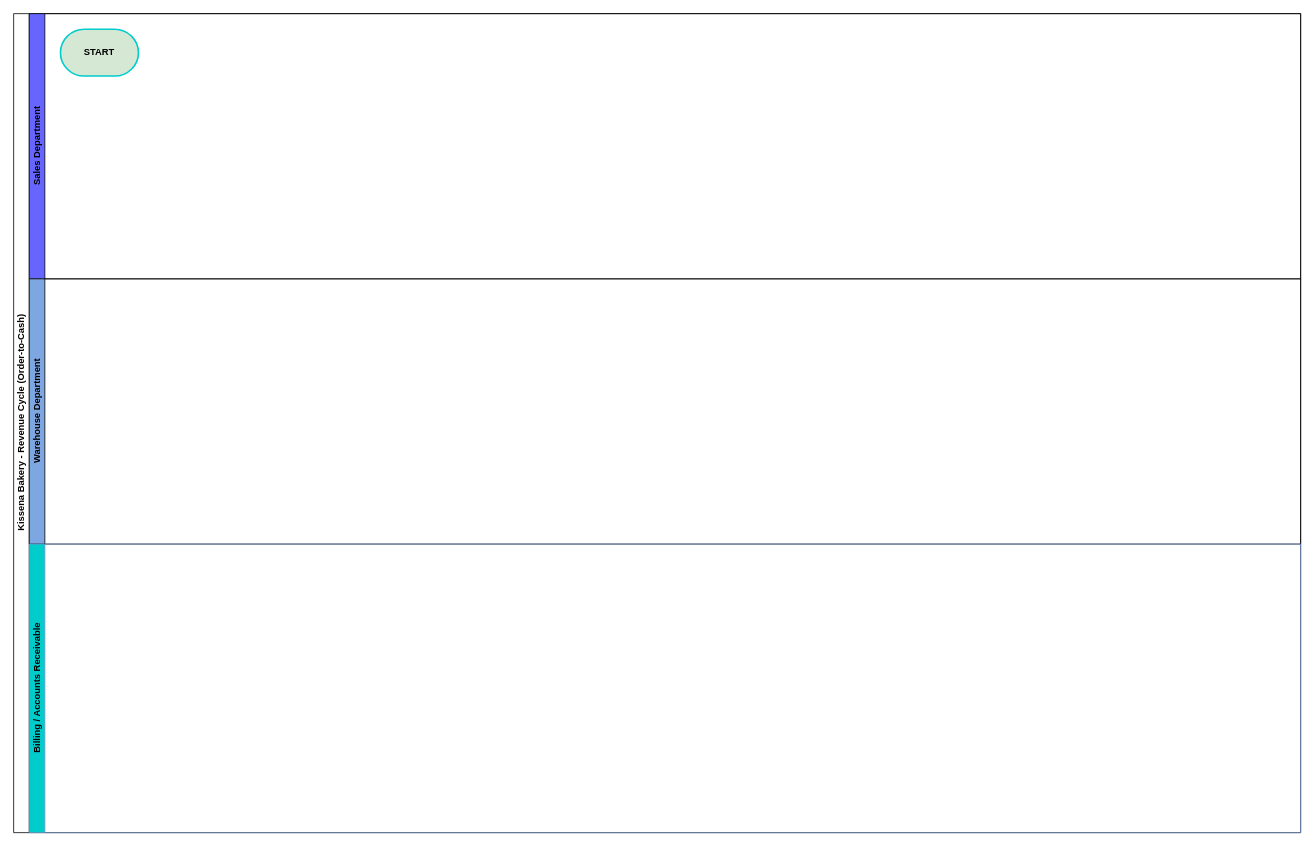
Earlier version of the draw.io diagram Revenue_Cycle_Controls.drawio (diemo1989-dot/drawio). Source tidied: cells renumbered, new cells numbered last; positions are measured from the earlier drawing's top-left corner, leaving out a move shared by most shapes. Both pictures are drawn from the tidied source at 78%, with x=0, y=0 at pixel (13, 13).
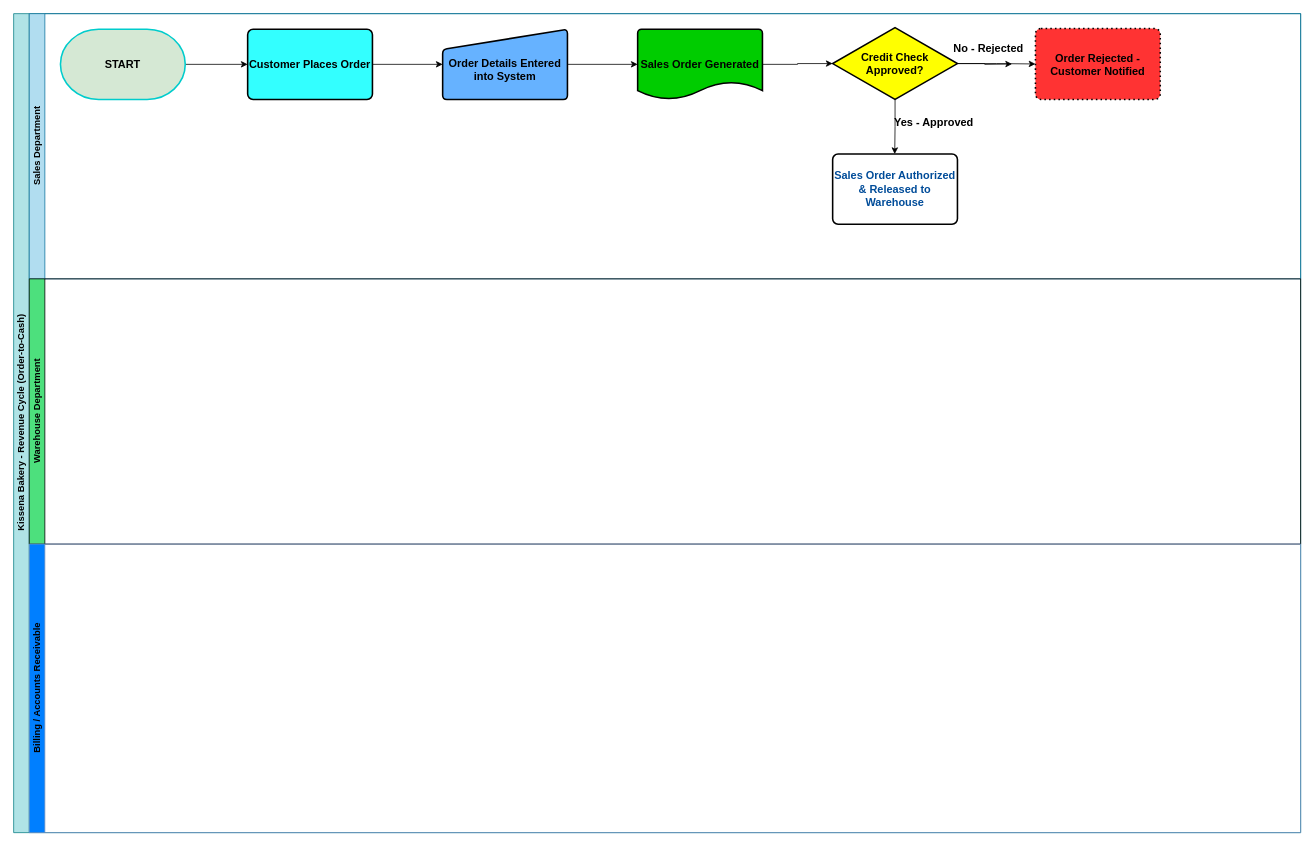
Above is the later version.

What changed in the source:
```diff
@@
-    <mxCell id="2" value="Kissena Bakery - Revenue Cycle (Order-to-Cash)" style="swimlane;horizontal=0;startSize=20;html=1;" parent="1" vertex="1">
+    <mxCell id="2" value="Kissena Bakery - Revenue Cycle (Order-to-Cash)" style="swimlane;horizontal=0;startSize=20;html=1;fillColor=#b0e3e6;strokeColor=#0e8088;" parent="1" vertex="1">
       <mxGeometry width="1650" height="1050" as="geometry" />
     </mxCell>
-    <mxCell id="3" value="Sales Department" style="swimlane;startSize=20;horizontal=0;html=1;fillColor=#6666FF;" parent="2" vertex="1">
+    <mxCell id="3" value="Sales Department" style="swimlane;startSize=20;horizontal=0;html=1;fillColor=#b1ddf0;strokeColor=#10739e;" parent="2" vertex="1">
       <mxGeometry x="20" width="1630" height="340" as="geometry" />
     </mxCell>
+    <mxCell id="7" style="edgeStyle=orthogonalEdgeStyle;rounded=0;jettySize=auto;html=1;exitX=1;exitY=0.5;exitDx=0;exitDy=0;exitPerimeter=0;entryX=0;entryY=0.5;entryDx=0;entryDy=0;" parent="3" edge="1" source="4" target="9">
+      <mxGeometry relative="1" as="geometry" />
+    </mxCell>
-    <mxCell id="4" value="&lt;b&gt;START&lt;/b&gt;" style="strokeWidth=2;html=1;shape=mxgraph.flowchart.terminator;whiteSpace=wrap;fillColor=#D5E8D4;strokeColor=#00CCCC;" parent="3" vertex="1">
-      <mxGeometry x="40" y="20" width="100" height="60" as="geometry" />
+    <mxCell id="4" value="&lt;b&gt;&lt;font style=&quot;font-size: 14px;&quot;&gt;START&lt;/font&gt;&lt;/b&gt;" style="strokeWidth=2;html=1;shape=mxgraph.flowchart.terminator;whiteSpace=wrap;fillColor=#D5E8D4;strokeColor=#00CCCC;" parent="3" vertex="1">
+      <mxGeometry x="40" y="20" width="160" height="90" as="geometry" />
     </mxCell>
+    <mxCell id="8" style="edgeStyle=orthogonalEdgeStyle;rounded=0;jettySize=auto;html=1;exitX=1;exitY=0.5;exitDx=0;exitDy=0;entryX=0;entryY=0.5;entryDx=0;entryDy=0;" parent="3" edge="1" source="9" target="10">
+      <mxGeometry relative="1" as="geometry" />
+    </mxCell>
+    <mxCell id="9" value="&lt;b&gt;&lt;font style=&quot;font-size: 14px;&quot;&gt;Customer Places Order&lt;/font&gt;&lt;/b&gt;" style="rounded=1;whiteSpace=wrap;html=1;absoluteArcSize=1;arcSize=14;strokeWidth=2;fillColor=#33FFFF;" parent="3" vertex="1">
+      <mxGeometry x="280" y="20" width="160" height="90" as="geometry" />
+    </mxCell>
+    <mxCell id="10" value="&lt;br&gt;&lt;b&gt;&lt;font style=&quot;font-size: 14px;&quot;&gt;Order Details Entered into System&lt;/font&gt;&lt;/b&gt;" style="html=1;strokeWidth=2;shape=manualInput;whiteSpace=wrap;rounded=1;size=26;arcSize=11;fillColor=#66B2FF;" parent="3" vertex="1">
+      <mxGeometry x="530" y="20" width="160" height="90" as="geometry" />
+    </mxCell>
+    <mxCell id="11" value="&lt;b&gt;&lt;font style=&quot;font-size: 14px;&quot;&gt;Sales Order Generated&lt;/font&gt;&lt;/b&gt;" style="strokeWidth=2;html=1;shape=mxgraph.flowchart.document2;whiteSpace=wrap;size=0.25;fillColor=#00CC00;" parent="3" vertex="1">
+      <mxGeometry x="780" y="20" width="160" height="90" as="geometry" />
+    </mxCell>
+    <mxCell id="12" style="edgeStyle=orthogonalEdgeStyle;rounded=0;jettySize=auto;html=1;exitX=1;exitY=0.5;exitDx=0;exitDy=0;entryX=0;entryY=0.5;entryDx=0;entryDy=0;entryPerimeter=0;" parent="3" edge="1" source="10" target="11">
+      <mxGeometry relative="1" as="geometry" />
+    </mxCell>
+    <mxCell id="13" style="edgeStyle=orthogonalEdgeStyle;rounded=0;jettySize=auto;html=1;exitX=0.5;exitY=1;exitDx=0;exitDy=0;exitPerimeter=0;" parent="3" edge="1" source="16">
+      <mxGeometry relative="1" as="geometry">
+        <mxPoint x="1109.6" y="180" as="targetPoint" />
+      </mxGeometry>
+    </mxCell>
+    <mxCell id="14" style="edgeStyle=orthogonalEdgeStyle;rounded=0;jettySize=auto;html=1;exitX=1;exitY=0.5;exitDx=0;exitDy=0;exitPerimeter=0;" parent="3" edge="1" source="16">
+      <mxGeometry relative="1" as="geometry">
+        <mxPoint x="1260" y="64.5" as="targetPoint" />
+      </mxGeometry>
+    </mxCell>
+    <mxCell id="15" style="edgeStyle=orthogonalEdgeStyle;rounded=0;jettySize=auto;html=1;exitX=1;exitY=0.5;exitDx=0;exitDy=0;exitPerimeter=0;entryX=0;entryY=0.5;entryDx=0;entryDy=0;" parent="3" edge="1" source="16" target="20">
+      <mxGeometry relative="1" as="geometry" />
+    </mxCell>
+    <mxCell id="16" value="&lt;font style=&quot;font-size: 14px;&quot;&gt;&lt;b&gt;Credit Check Approved?&lt;/b&gt;&lt;/font&gt;" style="strokeWidth=2;html=1;shape=mxgraph.flowchart.decision;whiteSpace=wrap;fillColor=#FFFF00;" parent="3" vertex="1">
+      <mxGeometry x="1030" y="18" width="160" height="92" as="geometry" />
+    </mxCell>
+    <mxCell id="17" style="edgeStyle=orthogonalEdgeStyle;rounded=0;jettySize=auto;html=1;exitX=1;exitY=0.5;exitDx=0;exitDy=0;exitPerimeter=0;entryX=0;entryY=0.5;entryDx=0;entryDy=0;entryPerimeter=0;" parent="3" edge="1" source="11" target="16">
+      <mxGeometry relative="1" as="geometry" />
+    </mxCell>
+    <mxCell id="18" value="&lt;font style=&quot;font-size: 14px;&quot;&gt;&lt;b&gt;Yes - Approved&lt;/b&gt;&lt;/font&gt;" style="text;html=1;whiteSpace=wrap;strokeColor=none;fillColor=none;align=center;verticalAlign=middle;rounded=0;" parent="3" vertex="1">
+      <mxGeometry x="1100" y="130" width="120" height="20" as="geometry" />
+    </mxCell>
+    <mxCell id="19" value="&lt;font style=&quot;font-size: 14px;&quot;&gt;&lt;b&gt;No - Rejected&lt;/b&gt;&lt;/font&gt;" style="text;html=1;whiteSpace=wrap;strokeColor=none;fillColor=none;align=center;verticalAlign=middle;rounded=0;" parent="3" vertex="1">
+      <mxGeometry x="1180" y="30" width="100" height="30" as="geometry" />
+    </mxCell>
+    <mxCell id="20" value="&lt;font style=&quot;font-size: 14px;&quot;&gt;&lt;b&gt;Order Rejected - Customer Notified&lt;/b&gt;&lt;/font&gt;" style="rounded=1;whiteSpace=wrap;html=1;absoluteArcSize=1;arcSize=14;strokeWidth=2;fillColor=#FF3333;dashed=1;dashPattern=1 2;" parent="3" vertex="1">
+      <mxGeometry x="1290" y="19" width="160" height="91" as="geometry" />
+    </mxCell>
+    <mxCell id="21" value="&lt;span style=&quot;text-align: start;&quot;&gt;&lt;font style=&quot;font-size: 14px; color: rgb(0, 76, 153);&quot; face=&quot;Helvetica&quot;&gt;&lt;b style=&quot;&quot;&gt;Sales Order Authorized &amp;amp; Released to Warehouse&lt;/b&gt;&lt;/font&gt;&lt;/span&gt;" style="rounded=1;whiteSpace=wrap;html=1;absoluteArcSize=1;arcSize=14;strokeWidth=2;" parent="3" vertex="1">
+      <mxGeometry x="1030" y="180" width="160" height="90" as="geometry" />
+    </mxCell>
-    <mxCell id="5" value="Warehouse Department" style="swimlane;startSize=20;horizontal=0;html=1;fillColor=#7EA6E0;" parent="2" vertex="1">
+    <mxCell id="5" value="Warehouse Department" style="swimlane;startSize=20;horizontal=0;html=1;fillColor=#4DE07D;" parent="2" vertex="1">
       <mxGeometry x="20" y="340" width="1630" height="340" as="geometry" />
     </mxCell>
-    <mxCell id="6" value="Billing / Accounts Receivable" style="swimlane;startSize=20;horizontal=0;html=1;fillColor=#00CCCC;strokeColor=#6c8ebf;" parent="2" vertex="1">
+    <mxCell id="6" value="Billing / Accounts Receivable" style="swimlane;startSize=20;horizontal=0;html=1;fillColor=#007FFF;strokeColor=#6c8ebf;gradientColor=none;" parent="2" vertex="1">
       <mxGeometry x="20" y="680" width="1630" height="370" as="geometry" />
     </mxCell>
```
